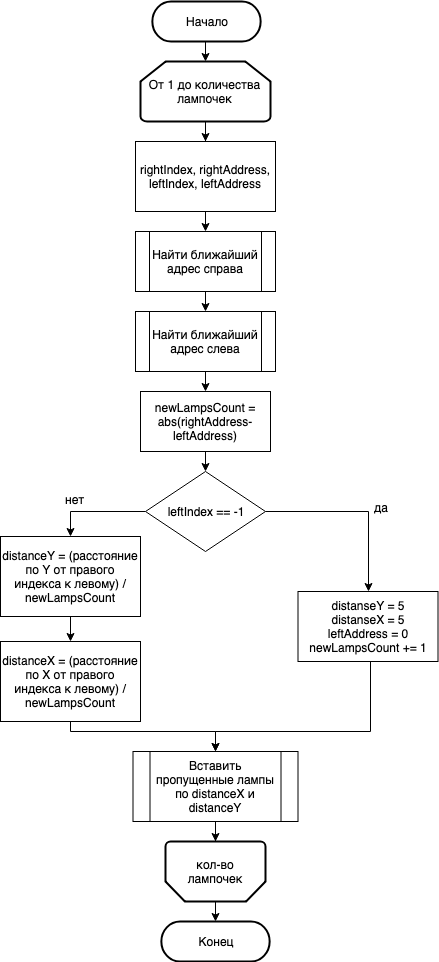
Above: figures/approximation.png in galadopter/Diploma (draw.io), before the change. Source tidied: cells renumbered, new cells last; positions are measured from the earlier drawing's top-left corner, leaving out a move shared by most shapes. Source of this version:
```xml
<mxGraphModel>
  <root>
    <mxCell id="0" />
    <mxCell id="1" parent="0" />
    <mxCell id="2" style="edgeStyle=orthogonalEdgeStyle;rounded=0;html=1;exitX=0.5;exitY=1;entryX=0.5;entryY=0;jettySize=auto;" parent="1" edge="1" source="3" target="8">
      <mxGeometry relative="1" as="geometry" />
    </mxCell>
    <mxCell id="3" value="rightIndex, rightAddress, leftIndex, leftAddress" style="rounded=0;whiteSpace=wrap;html=1;" parent="1" vertex="1">
      <mxGeometry x="135" y="140" width="140" height="70" as="geometry" />
    </mxCell>
    <mxCell id="4" style="edgeStyle=orthogonalEdgeStyle;rounded=0;html=1;exitX=0.5;exitY=1;entryX=0.5;entryY=0;entryPerimeter=0;jettySize=auto;" parent="1" edge="1" target="6">
      <mxGeometry relative="1" as="geometry">
        <mxPoint x="205" y="40" as="sourcePoint" />
      </mxGeometry>
    </mxCell>
    <mxCell id="5" style="edgeStyle=orthogonalEdgeStyle;rounded=0;html=1;exitX=0.5;exitY=1;exitPerimeter=0;jettySize=auto;" parent="1" edge="1" source="6" target="3">
      <mxGeometry relative="1" as="geometry" />
    </mxCell>
    <mxCell id="6" value="От 1 до количества лампочек" style="strokeWidth=2;html=1;shape=mxgraph.flowchart.loop_limit;whiteSpace=wrap;" parent="1" vertex="1">
      <mxGeometry x="140" y="60" width="130" height="60" as="geometry" />
    </mxCell>
    <mxCell id="7" style="edgeStyle=orthogonalEdgeStyle;rounded=0;html=1;exitX=0.5;exitY=1;entryX=0.5;entryY=0;jettySize=auto;" parent="1" edge="1" source="8" target="10">
      <mxGeometry relative="1" as="geometry" />
    </mxCell>
    <mxCell id="8" value="Найти ближайший адрес справа" style="shape=process;whiteSpace=wrap;html=1;backgroundOutline=1;" parent="1" vertex="1">
      <mxGeometry x="135" y="230" width="140" height="60" as="geometry" />
    </mxCell>
    <mxCell id="9" style="edgeStyle=orthogonalEdgeStyle;rounded=0;html=1;exitX=0.5;exitY=1;entryX=0.5;entryY=0;jettySize=auto;" parent="1" edge="1" source="10" target="12">
      <mxGeometry relative="1" as="geometry" />
    </mxCell>
    <mxCell id="10" value="Найти ближайший адрес слева" style="shape=process;whiteSpace=wrap;html=1;backgroundOutline=1;" parent="1" vertex="1">
      <mxGeometry x="135" y="310" width="140" height="60" as="geometry" />
    </mxCell>
    <mxCell id="11" style="edgeStyle=orthogonalEdgeStyle;rounded=0;html=1;exitX=0.5;exitY=1;entryX=0.5;entryY=0;jettySize=auto;" parent="1" edge="1" source="12" target="17">
      <mxGeometry relative="1" as="geometry" />
    </mxCell>
    <mxCell id="12" value="newLampsCount = abs(rightAddress-leftAddress)" style="rounded=0;whiteSpace=wrap;html=1;" parent="1" vertex="1">
      <mxGeometry x="140" y="390" width="130" height="60" as="geometry" />
    </mxCell>
    <mxCell id="13" style="edgeStyle=orthogonalEdgeStyle;rounded=0;html=1;exitX=1;exitY=0.5;entryX=0.5;entryY=0;jettySize=auto;" parent="1" edge="1" source="17" target="19">
      <mxGeometry relative="1" as="geometry" />
    </mxCell>
    <mxCell id="14" value="да&lt;br&gt;" style="text;html=1;align=center;verticalAlign=middle;labelBackgroundColor=#ffffff;" parent="13" vertex="1">
      <mxGeometry x="0.19" y="-1" relative="1" as="geometry">
        <mxPoint x="13" y="-11" as="offset" />
      </mxGeometry>
    </mxCell>
    <mxCell id="15" style="edgeStyle=orthogonalEdgeStyle;rounded=0;html=1;exitX=0;exitY=0.5;entryX=0.5;entryY=0;jettySize=auto;" parent="1" edge="1" source="17" target="21">
      <mxGeometry relative="1" as="geometry" />
    </mxCell>
    <mxCell id="16" value="нет" style="text;html=1;align=center;verticalAlign=middle;labelBackgroundColor=#ffffff;" parent="15" vertex="1">
      <mxGeometry x="0.48" y="-3" relative="1" as="geometry">
        <mxPoint x="3" y="-10" as="offset" />
      </mxGeometry>
    </mxCell>
    <mxCell id="17" value="leftIndex == -1" style="rhombus;whiteSpace=wrap;html=1;" parent="1" vertex="1">
      <mxGeometry x="145" y="470" width="120" height="80" as="geometry" />
    </mxCell>
    <mxCell id="18" style="edgeStyle=orthogonalEdgeStyle;rounded=0;html=1;exitX=0.5;exitY=1;entryX=0.5;entryY=0;jettySize=auto;" parent="1" edge="1" source="19" target="25">
      <mxGeometry relative="1" as="geometry">
        <Array as="points">
          <mxPoint x="370" y="730" />
          <mxPoint x="215" y="730" />
        </Array>
      </mxGeometry>
    </mxCell>
    <mxCell id="19" value="distanseY = 5&lt;br&gt;distanseX = 5&lt;br&gt;leftAddress = 0&lt;br&gt;newLampsCount += 1&lt;br&gt;" style="rounded=0;whiteSpace=wrap;html=1;" parent="1" vertex="1">
      <mxGeometry x="297.5" y="590" width="140" height="70" as="geometry" />
    </mxCell>
    <mxCell id="20" style="edgeStyle=orthogonalEdgeStyle;rounded=0;html=1;exitX=0.5;exitY=1;entryX=0.5;entryY=0;jettySize=auto;" parent="1" edge="1" source="21" target="23">
      <mxGeometry relative="1" as="geometry" />
    </mxCell>
    <mxCell id="21" value="distanceY = (расстояние по Y от правого индекса к левому) / newLampsCount" style="rounded=0;whiteSpace=wrap;html=1;" parent="1" vertex="1">
      <mxGeometry y="535" width="140" height="80" as="geometry" />
    </mxCell>
    <mxCell id="22" style="edgeStyle=orthogonalEdgeStyle;rounded=0;html=1;exitX=0.5;exitY=1;jettySize=auto;" parent="1" edge="1" source="23" target="25">
      <mxGeometry relative="1" as="geometry">
        <Array as="points">
          <mxPoint x="70" y="730" />
          <mxPoint x="215" y="730" />
        </Array>
      </mxGeometry>
    </mxCell>
    <mxCell id="23" value="distanceX = (расстояние по X от правого индекса к левому) / newLampsCount" style="rounded=0;whiteSpace=wrap;html=1;" parent="1" vertex="1">
      <mxGeometry y="640" width="140" height="80" as="geometry" />
    </mxCell>
    <mxCell id="24" style="edgeStyle=orthogonalEdgeStyle;rounded=0;html=1;exitX=0.5;exitY=1;jettySize=auto;" parent="1" edge="1" source="25" target="27">
      <mxGeometry relative="1" as="geometry" />
    </mxCell>
    <mxCell id="25" value="Вставить пропущенные лампы по distanceX и distanceY" style="shape=process;whiteSpace=wrap;html=1;backgroundOutline=1;" parent="1" vertex="1">
      <mxGeometry x="132.5" y="750" width="165" height="70" as="geometry" />
    </mxCell>
    <mxCell id="26" style="edgeStyle=orthogonalEdgeStyle;rounded=0;html=1;exitX=0.5;exitY=0;exitPerimeter=0;entryX=0.5;entryY=0;jettySize=auto;" parent="1" edge="1" source="27">
      <mxGeometry relative="1" as="geometry">
        <mxPoint x="215" y="920" as="targetPoint" />
      </mxGeometry>
    </mxCell>
    <mxCell id="27" style="strokeWidth=2;html=1;shape=mxgraph.flowchart.loop_limit;whiteSpace=wrap;direction=south;rotation=90;" parent="1" vertex="1">
      <mxGeometry x="185" y="820" width="60" height="100" as="geometry" />
    </mxCell>
    <mxCell id="28" value="кол-во лампочек" style="text;html=1;strokeColor=none;fillColor=none;align=center;verticalAlign=middle;whiteSpace=wrap;rounded=0;" parent="1" vertex="1">
      <mxGeometry x="195" y="860" width="40" height="20" as="geometry" />
    </mxCell>
    <mxCell id="29" value="Начало&lt;br&gt;" style="strokeWidth=2;html=1;shape=(stored shape, 460 characters);whiteSpace=wrap;rotation=0;" parent="1" vertex="1">
      <mxGeometry x="114.5" width="183" height="40" as="geometry" />
    </mxCell>
    <mxCell id="30" value="Конец" style="strokeWidth=2;html=1;shape=(stored shape, 460 characters);whiteSpace=wrap;rotation=0;" parent="1" vertex="1">
      <mxGeometry x="123.5" y="920" width="183" height="40" as="geometry" />
    </mxCell>
  </root>
</mxGraphModel>
```
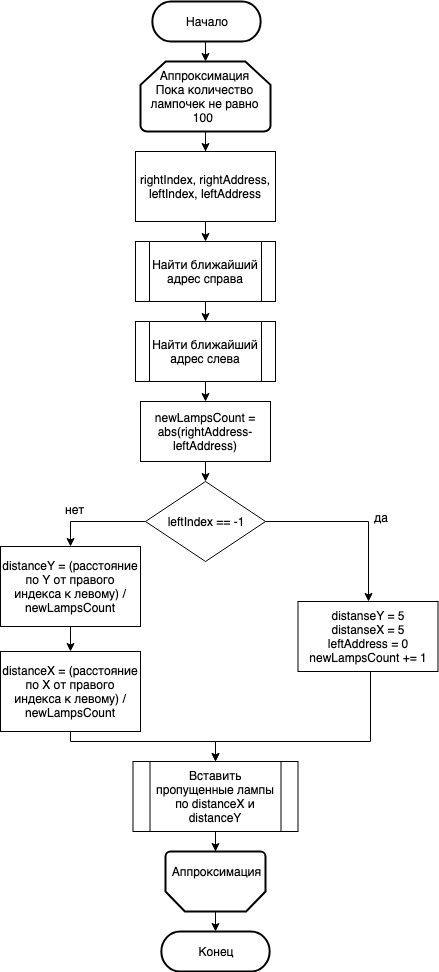
Later version of the same file.

Change to the diagram source:
```diff
@@ -10,14 +10,14 @@
     </mxCell>
     <mxCell id="4" style="edgeStyle=orthogonalEdgeStyle;rounded=0;html=1;exitX=0.5;exitY=1;entryX=0.5;entryY=0;entryPerimeter=0;jettySize=auto;" parent="1" edge="1" target="6">
       <mxGeometry relative="1" as="geometry">
-        <mxPoint x="205" y="40" as="sourcePoint" />
+        <mxPoint x="205" y="30" as="sourcePoint" />
       </mxGeometry>
     </mxCell>
     <mxCell id="5" style="edgeStyle=orthogonalEdgeStyle;rounded=0;html=1;exitX=0.5;exitY=1;exitPerimeter=0;jettySize=auto;" parent="1" edge="1" source="6" target="3">
       <mxGeometry relative="1" as="geometry" />
     </mxCell>
-    <mxCell id="6" value="От 1 до количества лампочек" style="strokeWidth=2;html=1;shape=mxgraph.flowchart.loop_limit;whiteSpace=wrap;" parent="1" vertex="1">
-      <mxGeometry x="140" y="60" width="130" height="60" as="geometry" />
+    <mxCell id="6" value="Аппроксимация&lt;br&gt;Пока количество лампочек не равно 100&amp;nbsp;&lt;br&gt;" style="strokeWidth=2;html=1;shape=mxgraph.flowchart.loop_limit;whiteSpace=wrap;" parent="1" vertex="1">
+      <mxGeometry x="140" y="50" width="130" height="70" as="geometry" />
     </mxCell>
     <mxCell id="7" style="edgeStyle=orthogonalEdgeStyle;rounded=0;html=1;exitX=0.5;exitY=1;entryX=0.5;entryY=0;jettySize=auto;" parent="1" edge="1" source="8" target="10">
       <mxGeometry relative="1" as="geometry" />
@@ -98,11 +98,11 @@
     <mxCell id="27" style="strokeWidth=2;html=1;shape=mxgraph.flowchart.loop_limit;whiteSpace=wrap;direction=south;rotation=90;" parent="1" vertex="1">
       <mxGeometry x="185" y="820" width="60" height="100" as="geometry" />
     </mxCell>
-    <mxCell id="28" value="кол-во лампочек" style="text;html=1;strokeColor=none;fillColor=none;align=center;verticalAlign=middle;whiteSpace=wrap;rounded=0;" parent="1" vertex="1">
-      <mxGeometry x="195" y="860" width="40" height="20" as="geometry" />
+    <mxCell id="28" value="Аппроксимация" style="text;html=1;strokeColor=none;fillColor=none;align=center;verticalAlign=middle;whiteSpace=wrap;rounded=0;" parent="1" vertex="1">
+      <mxGeometry x="195" y="850" width="40" height="20" as="geometry" />
     </mxCell>
     <mxCell id="29" value="Начало&lt;br&gt;" style="strokeWidth=2;html=1;shape=(stored shape, 460 characters);whiteSpace=wrap;rotation=0;" parent="1" vertex="1">
-      <mxGeometry x="114.5" width="183" height="40" as="geometry" />
+      <mxGeometry x="114.5" y="-10" width="183" height="40" as="geometry" />
     </mxCell>
     <mxCell id="30" value="Конец" style="strokeWidth=2;html=1;shape=(stored shape, 460 characters);whiteSpace=wrap;rotation=0;" parent="1" vertex="1">
       <mxGeometry x="123.5" y="920" width="183" height="40" as="geometry" />
```
